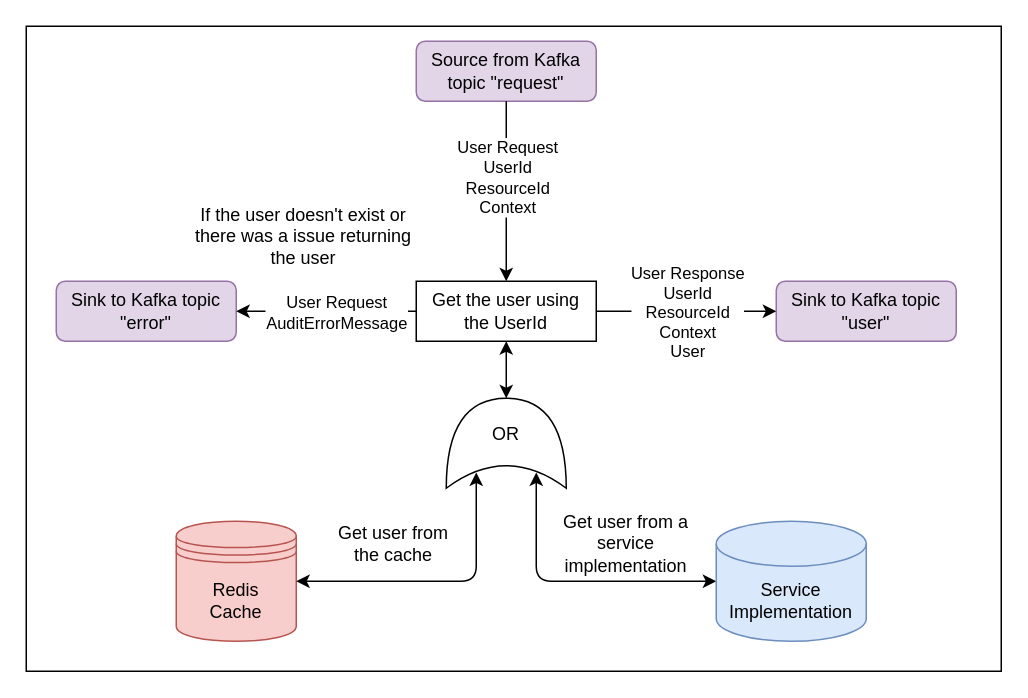
This is user-service/doc/user-service.drawio from gchq/Palisade-services, a draw.io file, before an edit. Source tidied: cells renumbered, new cells numbered last; positions are measured from the earlier drawing's top-left corner, leaving out a move shared by most shapes. Both pictures are drawn from the tidied source at 150%, with x=0, y=0 at pixel (26, 26).
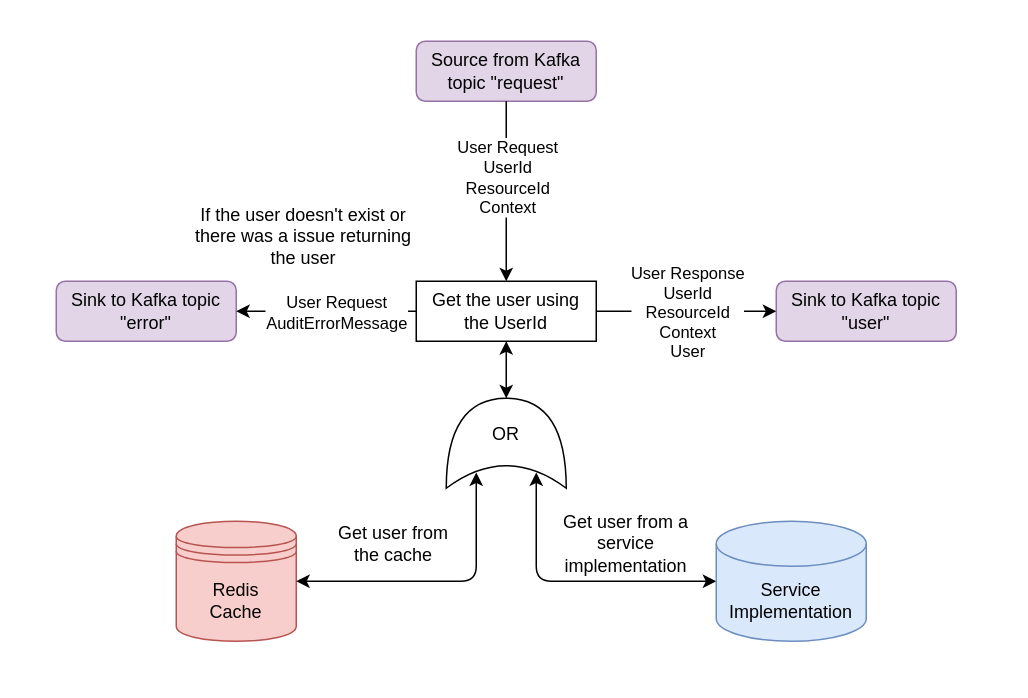
The same diagram, later.

Diff of the diagram source:
```diff
@@
-    <mxCell id="2" style="rounded=0;whiteSpace=wrap;html=1;" parent="1" vertex="1">
-      <mxGeometry width="650" height="430" as="geometry" />
-    </mxCell>
```
